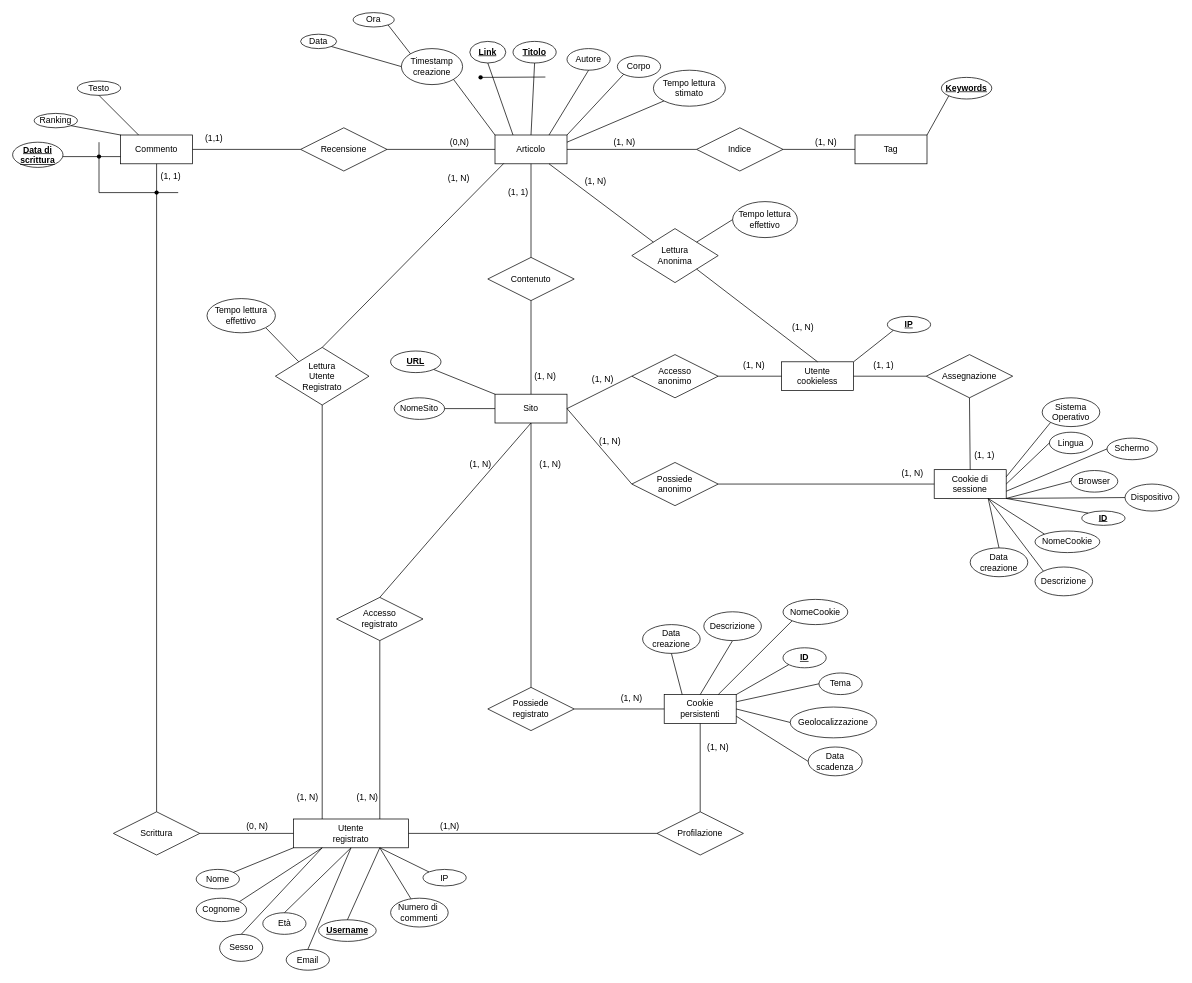
This is page "Page-3" (3 of 3) of Basi-Progetto-Mappa.drawio from Kirito-Emo/BD-Project, a draw.io file, before an edit. Source tidied: cells renumbered, new cells numbered last; positions are measured from the earlier drawing's top-left corner, leaving out a move shared by most shapes. Both pictures are drawn from the tidied source at 72%, with x=0, y=0 at pixel (12, 12).
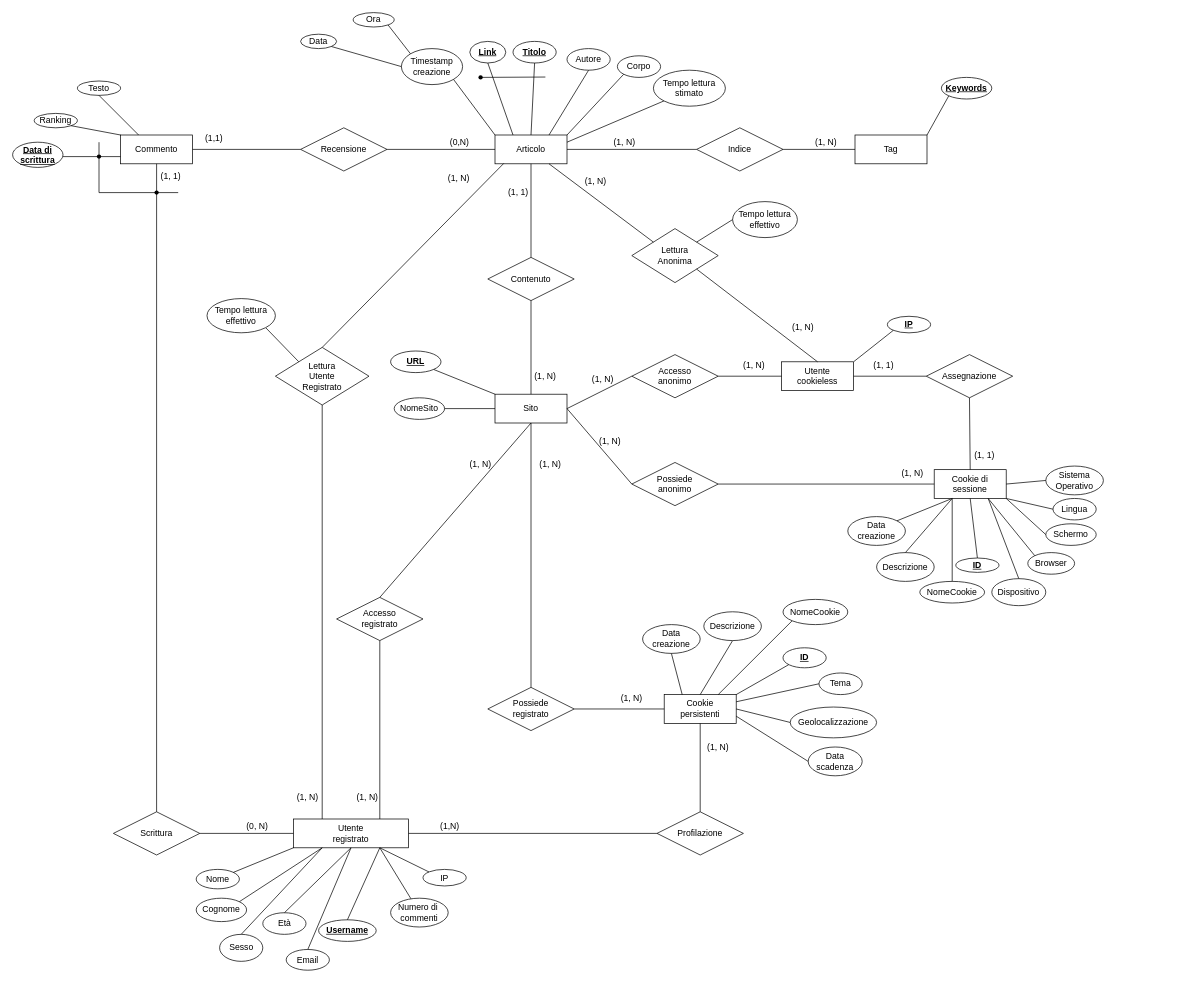
The same diagram, later.

Commit message (it also covers changes not shown here):
modified:   Basi-Progetto-Mappa.drawio modified:   Creazione.sql modified:   Mappa Logica Database.png

Unchanged cells that the change refers to:
```xml
<mxCell id="22" value="Cookie di sessione" style="whiteSpace=wrap;html=1;align=center;fontFamily=Calibri;" parent="1" vertex="1">
  <mxGeometry x="1280" y="634.8" width="100" height="40" as="geometry" />
</mxCell>
```

What changed in the source:
```diff
@@
     <mxCell id="84" value="Browser" style="ellipse;whiteSpace=wrap;html=1;align=center;strokeColor=default;fontFamily=Calibri;fontSize=12;fontColor=default;fillColor=default;" parent="1" vertex="1">
-      <mxGeometry x="1470" y="636" width="65" height="30" as="geometry" />
+      <mxGeometry x="1410" y="750" width="65" height="30" as="geometry" />
     </mxCell>
     <mxCell id="85" value="Schermo" style="ellipse;whiteSpace=wrap;html=1;align=center;strokeColor=default;fontFamily=Calibri;fontSize=12;fontColor=default;fillColor=default;" parent="1" vertex="1">
-      <mxGeometry x="1520" y="591" width="70" height="30" as="geometry" />
+      <mxGeometry x="1435" y="710" width="70" height="30" as="geometry" />
     </mxCell>
     <mxCell id="86" value="Sistema Operativo" style="ellipse;whiteSpace=wrap;html=1;align=center;fontStyle=0;strokeColor=default;fontFamily=Calibri;fontSize=12;fontColor=default;fillColor=default;" parent="1" vertex="1">
-      <mxGeometry x="1430" y="535" width="80" height="40" as="geometry" />
+      <mxGeometry x="1435" y="629.8" width="80" height="40" as="geometry" />
     </mxCell>
     <mxCell id="87" value="Lingua" style="ellipse;whiteSpace=wrap;html=1;align=center;fontStyle=0;strokeColor=default;fontFamily=Calibri;fontSize=12;fontColor=default;fillColor=default;" parent="1" vertex="1">
-      <mxGeometry x="1440" y="582.8" width="60" height="29.8" as="geometry" />
+      <mxGeometry x="1445" y="674.8" width="60" height="29.8" as="geometry" />
     </mxCell>
-    <mxCell id="88" style="endArrow=none;html=1;rounded=0;fontFamily=Calibri;fontSize=12;fontColor=default;entryX=1;entryY=0.25;entryDx=0;entryDy=0;exitX=0;exitY=1;exitDx=0;exitDy=0;" parent="1" edge="1" source="86" target="22">
+    <mxCell id="88" style="endArrow=none;html=1;rounded=0;fontFamily=Calibri;fontSize=12;fontColor=default;entryX=1;entryY=0.5;entryDx=0;entryDy=0;exitX=0;exitY=0.5;exitDx=0;exitDy=0;" parent="1" edge="1" source="86" target="22">
       <mxGeometry relative="1" as="geometry" />
     </mxCell>
-    <mxCell id="89" style="endArrow=none;html=1;rounded=0;fontFamily=Calibri;fontSize=12;fontColor=default;exitX=0;exitY=0.5;exitDx=0;exitDy=0;entryX=1;entryY=0.5;entryDx=0;entryDy=0;" parent="1" edge="1" source="87" target="22">
+    <mxCell id="89" style="endArrow=none;html=1;rounded=0;fontFamily=Calibri;fontSize=12;fontColor=default;exitX=0;exitY=0.5;exitDx=0;exitDy=0;entryX=1;entryY=1;entryDx=0;entryDy=0;" parent="1" edge="1" source="87" target="22">
       <mxGeometry relative="1" as="geometry" />
     </mxCell>
-    <mxCell id="90" style="endArrow=none;html=1;rounded=0;fontFamily=Calibri;fontSize=12;fontColor=default;exitX=0;exitY=0.5;exitDx=0;exitDy=0;entryX=1;entryY=0.75;entryDx=0;entryDy=0;" parent="1" edge="1" source="85" target="22">
+    <mxCell id="90" style="endArrow=none;html=1;rounded=0;fontFamily=Calibri;fontSize=12;fontColor=default;exitX=0;exitY=0.5;exitDx=0;exitDy=0;entryX=1;entryY=1;entryDx=0;entryDy=0;" parent="1" edge="1" source="85" target="22">
       <mxGeometry relative="1" as="geometry" />
     </mxCell>
-    <mxCell id="91" style="endArrow=none;html=1;rounded=0;fontFamily=Calibri;fontSize=12;fontColor=default;exitX=0;exitY=0.5;exitDx=0;exitDy=0;entryX=1;entryY=1;entryDx=0;entryDy=0;" parent="1" edge="1" source="84" target="22">
+    <mxCell id="91" style="endArrow=none;html=1;rounded=0;fontFamily=Calibri;fontSize=12;fontColor=default;exitX=0;exitY=0;exitDx=0;exitDy=0;entryX=0.75;entryY=1;entryDx=0;entryDy=0;" parent="1" edge="1" source="84" target="22">
       <mxGeometry relative="1" as="geometry" />
     </mxCell>
@@
     <mxCell id="148" value="Data creazione" style="ellipse;whiteSpace=wrap;html=1;align=center;strokeColor=default;fontFamily=Calibri;fontSize=12;fontColor=default;fillColor=default;" parent="1" vertex="1">
-      <mxGeometry x="1330" y="743.5" width="80" height="40" as="geometry" />
+      <mxGeometry x="1160" y="700" width="80" height="40" as="geometry" />
     </mxCell>
     <mxCell id="149" value="NomeCookie" style="ellipse;whiteSpace=wrap;html=1;align=center;fontStyle=0;strokeColor=default;fontFamily=Calibri;fontSize=12;fontColor=default;fillColor=default;" parent="1" vertex="1">
-      <mxGeometry x="1420" y="720" width="90" height="30" as="geometry" />
+      <mxGeometry x="1260" y="790" width="90" height="30" as="geometry" />
     </mxCell>
     <mxCell id="150" value="Descrizione&lt;br&gt;" style="ellipse;whiteSpace=wrap;html=1;align=center;strokeColor=default;fontFamily=Calibri;fontSize=12;fontColor=default;fillColor=default;" parent="1" vertex="1">
-      <mxGeometry x="1420" y="770" width="80" height="40" as="geometry" />
+      <mxGeometry x="1200" y="750" width="80" height="40" as="geometry" />
     </mxCell>
     <mxCell id="151" value="&lt;u&gt;&lt;b&gt;ID&lt;/b&gt;&lt;/u&gt;" style="ellipse;whiteSpace=wrap;html=1;align=center;fontStyle=0;strokeColor=default;fontFamily=Calibri;fontSize=12;fontColor=default;fillColor=default;" parent="1" vertex="1">
-      <mxGeometry x="1485" y="692.2" width="60" height="20" as="geometry" />
+      <mxGeometry x="1310" y="757.5" width="60" height="20" as="geometry" />
     </mxCell>
-    <mxCell id="152" style="endArrow=none;html=1;rounded=0;fontFamily=Calibri;fontSize=12;fontColor=default;exitX=0;exitY=0;exitDx=0;exitDy=0;entryX=1;entryY=1;entryDx=0;entryDy=0;" parent="1" edge="1" source="151" target="22">
+    <mxCell id="152" style="endArrow=none;html=1;rounded=0;fontFamily=Calibri;fontSize=12;fontColor=default;exitX=0.5;exitY=0;exitDx=0;exitDy=0;entryX=0.5;entryY=1;entryDx=0;entryDy=0;" parent="1" edge="1" source="151" target="22">
       <mxGeometry relative="1" as="geometry" />
     </mxCell>
-    <mxCell id="153" style="endArrow=none;html=1;rounded=0;fontFamily=Calibri;fontSize=12;fontColor=default;exitX=0;exitY=0;exitDx=0;exitDy=0;entryX=0.75;entryY=1;entryDx=0;entryDy=0;" parent="1" edge="1" source="149" target="22">
+    <mxCell id="153" style="endArrow=none;html=1;rounded=0;fontFamily=Calibri;fontSize=12;fontColor=default;exitX=0.5;exitY=0;exitDx=0;exitDy=0;entryX=0.25;entryY=1;entryDx=0;entryDy=0;" parent="1" edge="1" source="149" target="22">
       <mxGeometry relative="1" as="geometry" />
     </mxCell>
-    <mxCell id="154" style="endArrow=none;html=1;rounded=0;fontFamily=Calibri;fontSize=12;fontColor=default;exitX=0;exitY=0;exitDx=0;exitDy=0;entryX=0.75;entryY=1;entryDx=0;entryDy=0;" parent="1" edge="1" source="150" target="22">
+    <mxCell id="154" style="endArrow=none;html=1;rounded=0;fontFamily=Calibri;fontSize=12;fontColor=default;exitX=0.5;exitY=0;exitDx=0;exitDy=0;entryX=0.25;entryY=1;entryDx=0;entryDy=0;" parent="1" edge="1" source="150" target="22">
       <mxGeometry relative="1" as="geometry" />
     </mxCell>
-    <mxCell id="155" style="endArrow=none;html=1;rounded=0;fontFamily=Calibri;fontSize=12;fontColor=default;exitX=0.5;exitY=0;exitDx=0;exitDy=0;entryX=0.75;entryY=1;entryDx=0;entryDy=0;" parent="1" edge="1" source="148" target="22">
+    <mxCell id="155" style="endArrow=none;html=1;rounded=0;fontFamily=Calibri;fontSize=12;fontColor=default;exitX=1;exitY=0;exitDx=0;exitDy=0;entryX=0.25;entryY=1;entryDx=0;entryDy=0;" parent="1" edge="1" source="148" target="22">
       <mxGeometry relative="1" as="geometry" />
     </mxCell>
@@
     <mxCell id="163" value="Dispositivo" style="ellipse;whiteSpace=wrap;html=1;align=center;strokeColor=default;fontFamily=Calibri;fontSize=12;fontColor=default;fillColor=default;" parent="1" vertex="1">
-      <mxGeometry x="1545" y="654.8" width="75" height="37.5" as="geometry" />
+      <mxGeometry x="1360" y="786.2" width="75" height="37.5" as="geometry" />
     </mxCell>
-    <mxCell id="164" style="endArrow=none;html=1;rounded=0;fontFamily=Calibri;fontSize=12;fontColor=default;exitX=0;exitY=0.5;exitDx=0;exitDy=0;entryX=1;entryY=1;entryDx=0;entryDy=0;" parent="1" edge="1" source="163" target="22">
+    <mxCell id="164" style="endArrow=none;html=1;rounded=0;fontFamily=Calibri;fontSize=12;fontColor=default;exitX=0.5;exitY=0;exitDx=0;exitDy=0;entryX=0.75;entryY=1;entryDx=0;entryDy=0;" parent="1" edge="1" source="163" target="22">
       <mxGeometry relative="1" as="geometry" />
     </mxCell>
```
